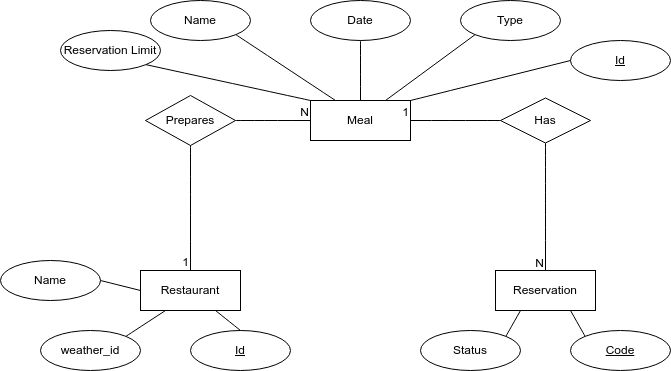
The draw.io diagram HW1/DER_HW1_TQS.png in rodrigoabreu22/TQS_113626, before a commit. Source tidied: cells renumbered, new cells last; positions are measured from the earlier drawing's top-left corner, leaving out a move shared by most shapes.
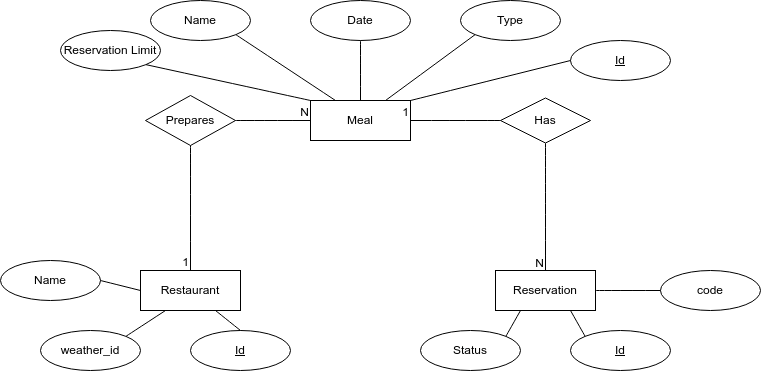
After the change.

Change to the diagram source:
```diff
@@ -32,7 +32,7 @@
     <mxCell id="11" value="Reservation Limit" style="ellipse;whiteSpace=wrap;html=1;align=center;" parent="1" vertex="1">
       <mxGeometry x="60" y="30" width="100" height="40" as="geometry" />
     </mxCell>
-    <mxCell id="12" value="&lt;u&gt;Code&lt;/u&gt;" style="ellipse;whiteSpace=wrap;html=1;align=center;" parent="1" vertex="1">
+    <mxCell id="12" value="&lt;u&gt;Id&lt;/u&gt;" style="ellipse;whiteSpace=wrap;html=1;align=center;" parent="1" vertex="1">
       <mxGeometry x="570" y="330" width="100" height="40" as="geometry" />
     </mxCell>
     <mxCell id="13" value="Status" style="ellipse;whiteSpace=wrap;html=1;align=center;" parent="1" vertex="1">
@@ -101,5 +101,11 @@
     <mxCell id="34" style="endArrow=none;html=1;rounded=0;fontSize=12;startSize=8;endSize=8;curved=1;exitX=0.5;exitY=1;exitDx=0;exitDy=0;entryX=0.5;entryY=0;entryDx=0;entryDy=0;" parent="1" edge="1" source="33" target="3">
       <mxGeometry relative="1" as="geometry" />
     </mxCell>
+    <mxCell id="35" value="code" style="ellipse;whiteSpace=wrap;html=1;align=center;" parent="1" vertex="1">
+      <mxGeometry x="660" y="270" width="100" height="40" as="geometry" />
+    </mxCell>
+    <mxCell id="36" style="endArrow=none;html=1;rounded=0;fontSize=12;startSize=8;endSize=8;curved=1;exitX=1;exitY=0.5;exitDx=0;exitDy=0;entryX=0;entryY=0.5;entryDx=0;entryDy=0;" parent="1" edge="1" source="10" target="35">
+      <mxGeometry relative="1" as="geometry" />
+    </mxCell>
   </root>
 </mxGraphModel>
```
